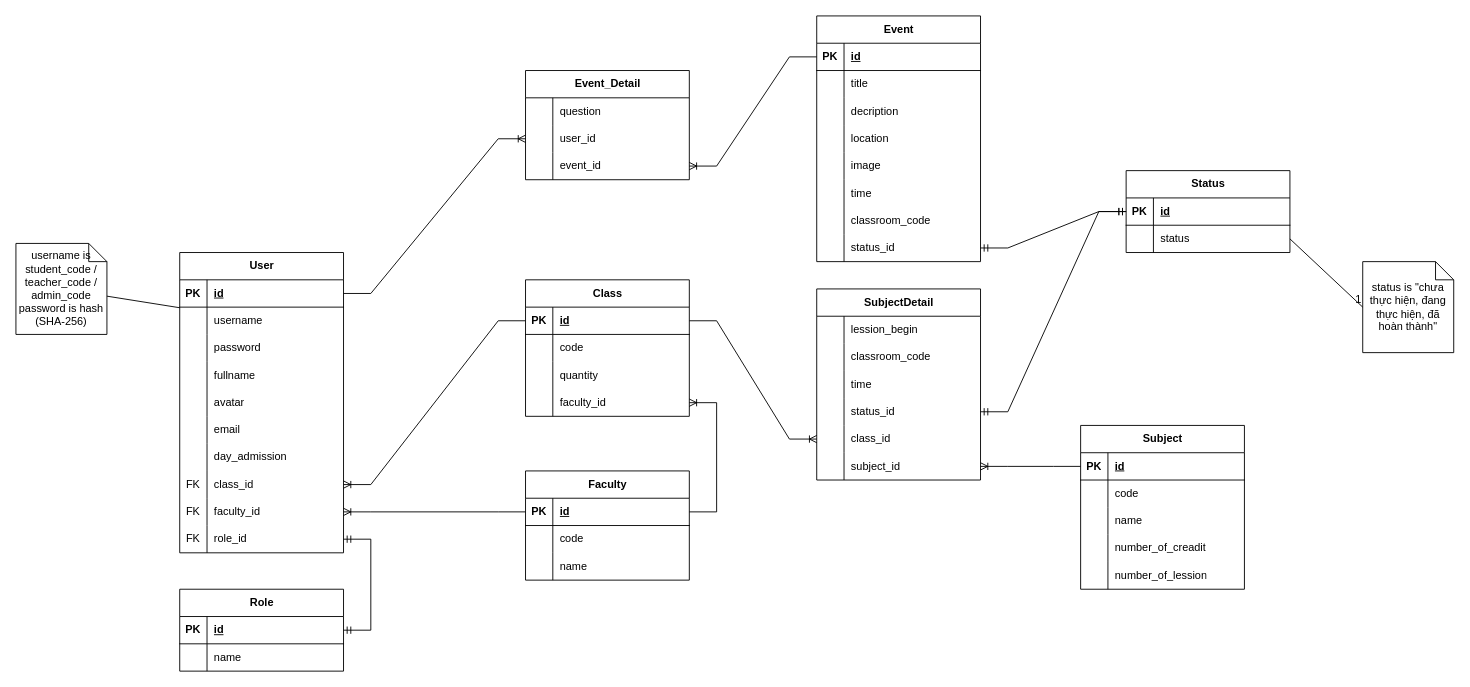
Earlier version of the draw.io diagram analyze-system-models/ERD_TimeSchedule.drawio (tsdevtool/TimeSchedule-Mobile-Group11). Source tidied: cells renumbered, new cells numbered last; positions are measured from the earlier drawing's top-left corner, leaving out a move shared by most shapes. Both pictures are drawn from the tidied source at 91%, with x=0, y=0 at pixel (15, 15).
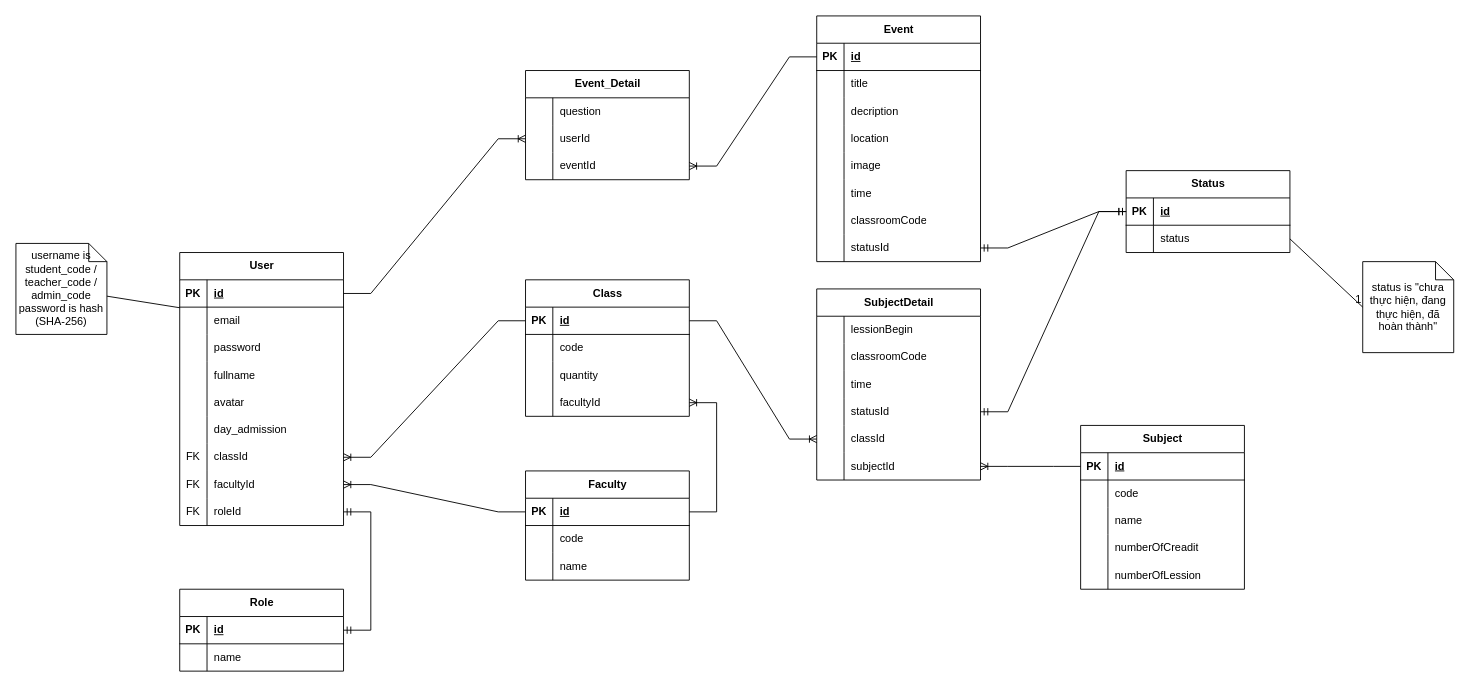
The same diagram, later.

Commit message (it also covers changes not shown here):
Done Event Of User

Unchanged cells that the change refers to:
```xml
<mxCell id="6" style="shape=tableRow;horizontal=0;startSize=0;swimlaneHead=0;swimlaneBody=0;fillColor=none;points=[[0,0.5],[1,0.5]];portConstraint=eastwest;top=0;left=0;right=0;bottom=0;" parent="2" vertex="1">
  <mxGeometry y="60" width="180" height="30" as="geometry" />
</mxCell>
<mxCell id="63" style="shape=tableRow;horizontal=0;startSize=0;swimlaneHead=0;swimlaneBody=0;fillColor=none;points=[[0,0.5],[1,0.5]];portConstraint=eastwest;top=0;left=0;right=0;bottom=0;" parent="53" vertex="1">
  <mxGeometry y="120" width="180" height="30" as="geometry" />
</mxCell>
<mxCell id="78" style="shape=tableRow;horizontal=0;startSize=0;swimlaneHead=0;swimlaneBody=0;fillColor=none;top=0;left=0;right=0;bottom=0;" parent="68" vertex="1">
  <mxGeometry y="120" width="180" height="30" as="geometry" />
</mxCell>
<mxCell id="81" style="shape=tableRow;horizontal=0;startSize=0;swimlaneHead=0;swimlaneBody=0;fillColor=none;top=0;left=0;right=0;bottom=0;" parent="68" vertex="1">
  <mxGeometry y="150" width="180" height="30" as="geometry" />
</mxCell>
<mxCell id="85" style="shape=tableRow;horizontal=0;startSize=0;swimlaneHead=0;swimlaneBody=0;fillColor=none;top=0;left=0;right=0;bottom=0;" parent="84" vertex="1">
  <mxGeometry y="30" width="180" height="30" as="geometry" />
</mxCell>
<mxCell id="88" style="shape=tableRow;horizontal=0;startSize=0;swimlaneHead=0;swimlaneBody=0;fillColor=none;top=0;left=0;right=0;bottom=0;" parent="84" vertex="1">
  <mxGeometry y="60" width="180" height="30" as="geometry" />
</mxCell>
<mxCell id="94" style="shape=tableRow;horizontal=0;startSize=0;swimlaneHead=0;swimlaneBody=0;fillColor=none;points=[[0,0.5],[1,0.5]];portConstraint=eastwest;top=0;left=0;right=0;bottom=0;" parent="84" vertex="1">
  <mxGeometry y="120" width="180" height="30" as="geometry" />
</mxCell>
<mxCell id="97" style="shape=tableRow;horizontal=0;startSize=0;swimlaneHead=0;swimlaneBody=0;fillColor=none;points=[[0,0.5],[1,0.5]];portConstraint=eastwest;top=0;left=0;right=0;bottom=0;" parent="84" vertex="1">
  <mxGeometry y="150" width="180" height="30" as="geometry" />
</mxCell>
<mxCell id="100" style="shape=tableRow;horizontal=0;startSize=0;swimlaneHead=0;swimlaneBody=0;fillColor=none;points=[[0,0.5],[1,0.5]];portConstraint=eastwest;top=0;left=0;right=0;bottom=0;" parent="84" vertex="1">
  <mxGeometry y="180" width="180" height="30" as="geometry" />
</mxCell>
<mxCell id="125" style="shape=tableRow;horizontal=0;startSize=0;swimlaneHead=0;swimlaneBody=0;fillColor=none;top=0;left=0;right=0;bottom=0;" parent="106" vertex="1">
  <mxGeometry y="210" width="180" height="30" as="geometry" />
</mxCell>
<mxCell id="128" style="shape=tableRow;horizontal=0;startSize=0;swimlaneHead=0;swimlaneBody=0;fillColor=none;points=[[0,0.5],[1,0.5]];portConstraint=eastwest;top=0;left=0;right=0;bottom=0;" parent="106" vertex="1">
  <mxGeometry y="240" width="180" height="30" as="geometry" />
</mxCell>
<mxCell id="135" style="shape=tableRow;horizontal=0;startSize=0;swimlaneHead=0;swimlaneBody=0;fillColor=none;points=[[0,0.5],[1,0.5]];portConstraint=eastwest;top=0;left=0;right=0;bottom=0;" parent="131" vertex="1">
  <mxGeometry y="60" width="180" height="30" as="geometry" />
</mxCell>
<mxCell id="138" style="shape=tableRow;horizontal=0;startSize=0;swimlaneHead=0;swimlaneBody=0;fillColor=none;points=[[0,0.5],[1,0.5]];portConstraint=eastwest;top=0;left=0;right=0;bottom=0;" parent="131" vertex="1">
  <mxGeometry y="90" width="180" height="30" as="geometry" />
</mxCell>
```

Change to the diagram source:
```diff
@@
     <mxCell id="2" value="User" style="shape=table;startSize=30;childLayout=tableLayout;rowLines=0;fontStyle=1;align=center;html=1;" parent="1" vertex="1">
-      <mxGeometry x="180" y="260" width="180" height="330" as="geometry" />
+      <mxGeometry x="180" y="260" width="180" height="300" as="geometry" />
     </mxCell>
@@
-    <mxCell id="8" value="username" style="shape=partialRectangle;fillColor=none;top=0;left=0;bottom=0;right=0;align=left;spacingLeft=6;overflow=hidden;whiteSpace=wrap;html=1;" parent="6" vertex="1">
+    <mxCell id="8" value="email" style="shape=partialRectangle;fillColor=none;top=0;left=0;bottom=0;right=0;align=left;spacingLeft=6;overflow=hidden;whiteSpace=wrap;html=1;" parent="6" vertex="1">
       <mxGeometry x="30" width="150" height="30" as="geometry" />
     </mxCell>
@@
-    <mxCell id="18" style="shape=tableRow;horizontal=0;startSize=0;swimlaneHead=0;swimlaneBody=0;fillColor=none;top=0;left=0;right=0;bottom=0;" parent="2" vertex="1">
-      <mxGeometry y="180" width="180" height="30" as="geometry" />
-    </mxCell>
-    <mxCell id="19" style="shape=partialRectangle;fillColor=none;top=0;left=0;bottom=0;right=0;overflow=hidden;whiteSpace=wrap;html=1;" parent="18" vertex="1">
-      <mxGeometry width="30" height="30" as="geometry" />
-    </mxCell>
-    <mxCell id="20" value="email" style="shape=partialRectangle;fillColor=none;top=0;left=0;bottom=0;right=0;align=left;spacingLeft=6;overflow=hidden;whiteSpace=wrap;html=1;" parent="18" vertex="1">
-      <mxGeometry x="30" width="150" height="30" as="geometry" />
-    </mxCell>
     <mxCell id="21" style="shape=tableRow;horizontal=0;startSize=0;swimlaneHead=0;swimlaneBody=0;fillColor=none;top=0;left=0;right=0;bottom=0;" parent="2" vertex="1">
-      <mxGeometry y="210" width="180" height="30" as="geometry" />
+      <mxGeometry y="180" width="180" height="30" as="geometry" />
     </mxCell>
@@
     <mxCell id="24" style="shape=tableRow;horizontal=0;startSize=0;swimlaneHead=0;swimlaneBody=0;fillColor=none;points=[[0,0.5],[1,0.5]];portConstraint=eastwest;top=0;left=0;right=0;bottom=0;" parent="2" vertex="1">
-      <mxGeometry y="240" width="180" height="30" as="geometry" />
+      <mxGeometry y="210" width="180" height="30" as="geometry" />
     </mxCell>
@@
-    <mxCell id="26" value="class_id" style="shape=partialRectangle;fillColor=none;top=0;left=0;bottom=0;right=0;align=left;spacingLeft=6;overflow=hidden;whiteSpace=wrap;html=1;" parent="24" vertex="1">
+    <mxCell id="26" value="classId" style="shape=partialRectangle;fillColor=none;top=0;left=0;bottom=0;right=0;align=left;spacingLeft=6;overflow=hidden;whiteSpace=wrap;html=1;" parent="24" vertex="1">
       <mxGeometry x="30" width="150" height="30" as="geometry" />
     </mxCell>
     <mxCell id="27" style="shape=tableRow;horizontal=0;startSize=0;swimlaneHead=0;swimlaneBody=0;fillColor=none;points=[[0,0.5],[1,0.5]];portConstraint=eastwest;top=0;left=0;right=0;bottom=0;" parent="2" vertex="1">
-      <mxGeometry y="270" width="180" height="30" as="geometry" />
+      <mxGeometry y="240" width="180" height="30" as="geometry" />
     </mxCell>
@@
-    <mxCell id="29" value="faculty_id" style="shape=partialRectangle;fillColor=none;top=0;left=0;bottom=0;right=0;align=left;spacingLeft=6;overflow=hidden;whiteSpace=wrap;html=1;" parent="27" vertex="1">
+    <mxCell id="29" value="facultyId" style="shape=partialRectangle;fillColor=none;top=0;left=0;bottom=0;right=0;align=left;spacingLeft=6;overflow=hidden;whiteSpace=wrap;html=1;" parent="27" vertex="1">
       <mxGeometry x="30" width="150" height="30" as="geometry" />
     </mxCell>
     <mxCell id="30" style="shape=tableRow;horizontal=0;startSize=0;swimlaneHead=0;swimlaneBody=0;fillColor=none;points=[[0,0.5],[1,0.5]];portConstraint=eastwest;top=0;left=0;right=0;bottom=0;" parent="2" vertex="1">
-      <mxGeometry y="300" width="180" height="30" as="geometry" />
+      <mxGeometry y="270" width="180" height="30" as="geometry" />
     </mxCell>
@@
-    <mxCell id="32" value="role_id" style="shape=partialRectangle;fillColor=none;top=0;left=0;bottom=0;right=0;align=left;spacingLeft=6;overflow=hidden;whiteSpace=wrap;html=1;" parent="30" vertex="1">
+    <mxCell id="32" value="roleId" style="shape=partialRectangle;fillColor=none;top=0;left=0;bottom=0;right=0;align=left;spacingLeft=6;overflow=hidden;whiteSpace=wrap;html=1;" parent="30" vertex="1">
       <mxGeometry x="30" width="150" height="30" as="geometry" />
     </mxCell>
@@
-    <mxCell id="65" value="faculty_id" style="shape=partialRectangle;fillColor=none;top=0;left=0;bottom=0;right=0;align=left;spacingLeft=6;overflow=hidden;whiteSpace=wrap;html=1;" parent="63" vertex="1">
+    <mxCell id="65" value="facultyId" style="shape=partialRectangle;fillColor=none;top=0;left=0;bottom=0;right=0;align=left;spacingLeft=6;overflow=hidden;whiteSpace=wrap;html=1;" parent="63" vertex="1">
       <mxGeometry x="30" width="150" height="30" as="geometry" />
     </mxCell>
@@
-    <mxCell id="80" value="number_of_creadit" style="shape=partialRectangle;fillColor=none;top=0;left=0;bottom=0;right=0;align=left;spacingLeft=6;overflow=hidden;whiteSpace=wrap;html=1;" parent="78" vertex="1">
+    <mxCell id="80" value="numberOfCreadit" style="shape=partialRectangle;fillColor=none;top=0;left=0;bottom=0;right=0;align=left;spacingLeft=6;overflow=hidden;whiteSpace=wrap;html=1;" parent="78" vertex="1">
       <mxGeometry x="30" width="150" height="30" as="geometry" />
     </mxCell>
@@
-    <mxCell id="83" value="number_of_lession" style="shape=partialRectangle;fillColor=none;top=0;left=0;bottom=0;right=0;align=left;spacingLeft=6;overflow=hidden;whiteSpace=wrap;html=1;" parent="81" vertex="1">
+    <mxCell id="83" value="numberOfLession" style="shape=partialRectangle;fillColor=none;top=0;left=0;bottom=0;right=0;align=left;spacingLeft=6;overflow=hidden;whiteSpace=wrap;html=1;" parent="81" vertex="1">
       <mxGeometry x="30" width="150" height="30" as="geometry" />
     </mxCell>
@@
-    <mxCell id="87" value="lession_begin" style="shape=partialRectangle;fillColor=none;top=0;left=0;bottom=0;right=0;align=left;spacingLeft=6;overflow=hidden;whiteSpace=wrap;html=1;" parent="85" vertex="1">
+    <mxCell id="87" value="lessionBegin" style="shape=partialRectangle;fillColor=none;top=0;left=0;bottom=0;right=0;align=left;spacingLeft=6;overflow=hidden;whiteSpace=wrap;html=1;" parent="85" vertex="1">
       <mxGeometry x="30" width="150" height="30" as="geometry" />
     </mxCell>
@@
-    <mxCell id="90" value="classroom_code" style="shape=partialRectangle;fillColor=none;top=0;left=0;bottom=0;right=0;align=left;spacingLeft=6;overflow=hidden;whiteSpace=wrap;html=1;" parent="88" vertex="1">
+    <mxCell id="90" value="classroomCode" style="shape=partialRectangle;fillColor=none;top=0;left=0;bottom=0;right=0;align=left;spacingLeft=6;overflow=hidden;whiteSpace=wrap;html=1;" parent="88" vertex="1">
       <mxGeometry x="30" width="150" height="30" as="geometry" />
     </mxCell>
@@
-    <mxCell id="96" value="status_id" style="shape=partialRectangle;fillColor=none;top=0;left=0;bottom=0;right=0;align=left;spacingLeft=6;overflow=hidden;whiteSpace=wrap;html=1;" parent="94" vertex="1">
+    <mxCell id="96" value="statusId" style="shape=partialRectangle;fillColor=none;top=0;left=0;bottom=0;right=0;align=left;spacingLeft=6;overflow=hidden;whiteSpace=wrap;html=1;" parent="94" vertex="1">
       <mxGeometry x="30" width="150" height="30" as="geometry" />
     </mxCell>
@@
-    <mxCell id="99" value="class_id" style="shape=partialRectangle;fillColor=none;top=0;left=0;bottom=0;right=0;align=left;spacingLeft=6;overflow=hidden;whiteSpace=wrap;html=1;" parent="97" vertex="1">
+    <mxCell id="99" value="classId" style="shape=partialRectangle;fillColor=none;top=0;left=0;bottom=0;right=0;align=left;spacingLeft=6;overflow=hidden;whiteSpace=wrap;html=1;" parent="97" vertex="1">
       <mxGeometry x="30" width="150" height="30" as="geometry" />
     </mxCell>
@@
-    <mxCell id="102" value="subject_id" style="shape=partialRectangle;fillColor=none;top=0;left=0;bottom=0;right=0;align=left;spacingLeft=6;overflow=hidden;whiteSpace=wrap;html=1;" parent="100" vertex="1">
+    <mxCell id="102" value="subjectId" style="shape=partialRectangle;fillColor=none;top=0;left=0;bottom=0;right=0;align=left;spacingLeft=6;overflow=hidden;whiteSpace=wrap;html=1;" parent="100" vertex="1">
       <mxGeometry x="30" width="150" height="30" as="geometry" />
     </mxCell>
@@
-    <mxCell id="127" value="classroom_code" style="shape=partialRectangle;fillColor=none;top=0;left=0;bottom=0;right=0;align=left;spacingLeft=6;overflow=hidden;whiteSpace=wrap;html=1;" parent="125" vertex="1">
+    <mxCell id="127" value="classroomCode" style="shape=partialRectangle;fillColor=none;top=0;left=0;bottom=0;right=0;align=left;spacingLeft=6;overflow=hidden;whiteSpace=wrap;html=1;" parent="125" vertex="1">
       <mxGeometry x="30" width="150" height="30" as="geometry" />
     </mxCell>
@@
-    <mxCell id="130" value="status_id" style="shape=partialRectangle;fillColor=none;top=0;left=0;bottom=0;right=0;align=left;spacingLeft=6;overflow=hidden;whiteSpace=wrap;html=1;" parent="128" vertex="1">
+    <mxCell id="130" value="statusId" style="shape=partialRectangle;fillColor=none;top=0;left=0;bottom=0;right=0;align=left;spacingLeft=6;overflow=hidden;whiteSpace=wrap;html=1;" parent="128" vertex="1">
       <mxGeometry x="30" width="150" height="30" as="geometry" />
     </mxCell>
@@
-    <mxCell id="137" value="user_id" style="shape=partialRectangle;fillColor=none;top=0;left=0;bottom=0;right=0;align=left;spacingLeft=6;overflow=hidden;whiteSpace=wrap;html=1;" parent="135" vertex="1">
+    <mxCell id="137" value="userId" style="shape=partialRectangle;fillColor=none;top=0;left=0;bottom=0;right=0;align=left;spacingLeft=6;overflow=hidden;whiteSpace=wrap;html=1;" parent="135" vertex="1">
       <mxGeometry x="30" width="150" height="30" as="geometry" />
     </mxCell>
@@
-    <mxCell id="140" value="event_id" style="shape=partialRectangle;fillColor=none;top=0;left=0;bottom=0;right=0;align=left;spacingLeft=6;overflow=hidden;whiteSpace=wrap;html=1;" parent="138" vertex="1">
+    <mxCell id="140" value="eventId" style="shape=partialRectangle;fillColor=none;top=0;left=0;bottom=0;right=0;align=left;spacingLeft=6;overflow=hidden;whiteSpace=wrap;html=1;" parent="138" vertex="1">
       <mxGeometry x="30" width="150" height="30" as="geometry" />
     </mxCell>
```
